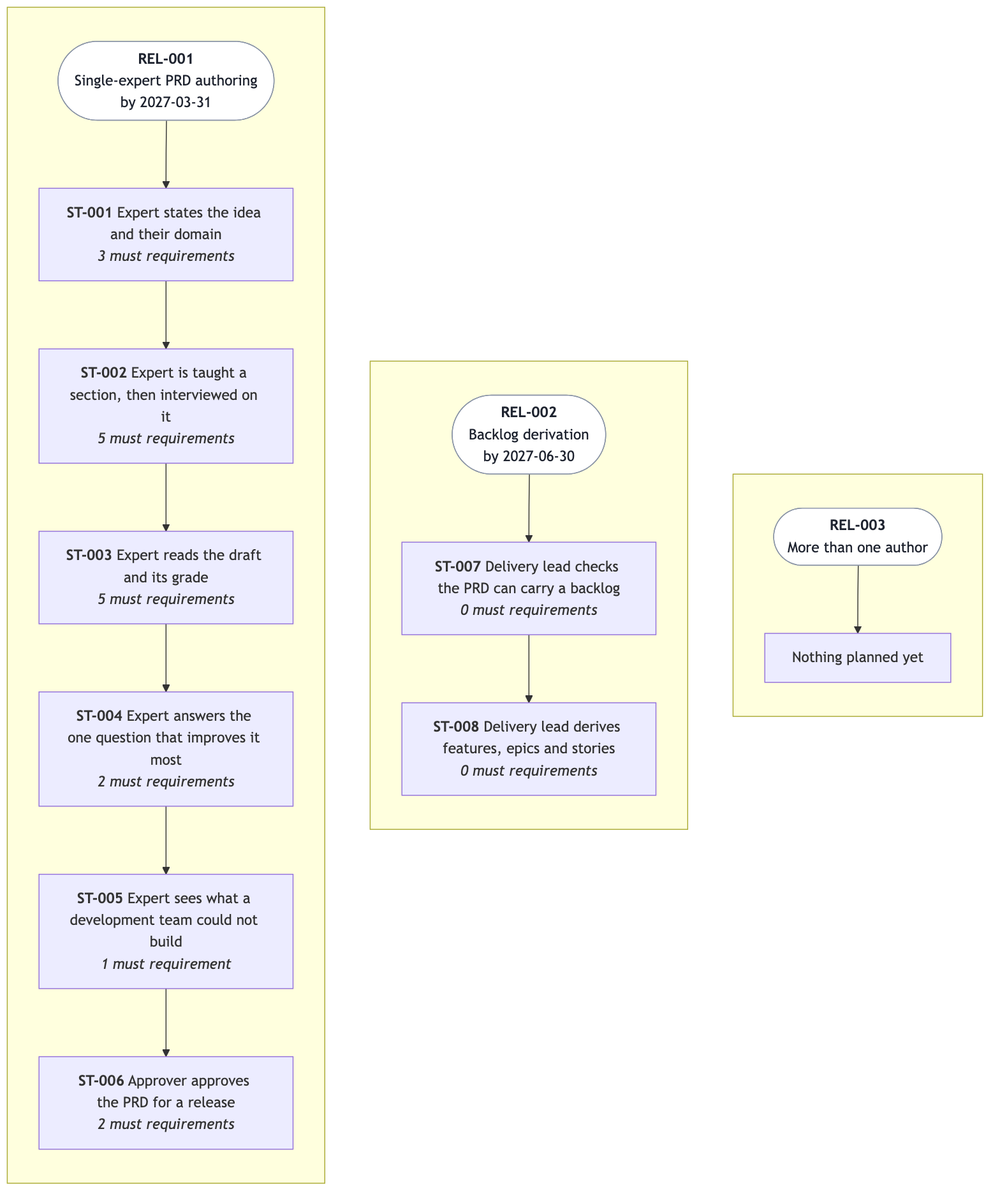
Above: docs/prd/prd-forge/diagrams/release-line.png in SpillwaveSolutions/prd-forge (Mermaid), before the change. Its source is kept beside it as docs/prd/prd-forge/diagrams/release-line.mmd. Its diagram source:
```mermaid
%%{init: {"flowchart": {"wrappingWidth": 220}}}%%
flowchart LR
  subgraph REL001[" "]
    direction TB
    REL001head(["<b>REL-001</b><br/>Single-expert PRD authoring<br/>by 2027-03-31"])
    REL001head --> ST001
    ST001["<b>ST-001</b> Expert states the idea and their domain<br/><i>3 must requirements</i>"]
    ST002["<b>ST-002</b> Expert is taught a section, then interviewed on it<br/><i>5 must requirements</i>"]
    ST003["<b>ST-003</b> Expert reads the draft and its grade<br/><i>5 must requirements</i>"]
    ST004["<b>ST-004</b> Expert answers the one question that improves it most<br/><i>2 must requirements</i>"]
    ST005["<b>ST-005</b> Expert sees what a development team could not build<br/><i>1 must requirement</i>"]
    ST006["<b>ST-006</b> Approver approves the PRD for a release<br/><i>2 must requirements</i>"]
    ST001 --> ST002
    ST002 --> ST003
    ST003 --> ST004
    ST004 --> ST005
    ST005 --> ST006
  end
  subgraph REL002[" "]
    direction TB
    REL002head(["<b>REL-002</b><br/>Backlog derivation<br/>by 2027-06-30"])
    REL002head --> ST007
    ST007["<b>ST-007</b> Delivery lead checks the PRD can carry a backlog<br/><i>0 must requirements</i>"]
    ST008["<b>ST-008</b> Delivery lead derives features, epics and stories<br/><i>0 must requirements</i>"]
    ST007 --> ST008
  end
  subgraph REL003[" "]
    direction TB
    REL003head(["<b>REL-003</b><br/>More than one author"])
    REL003head --> REL003none["Nothing planned yet"]
  end
  REL001 ~~~ REL002
  REL002 ~~~ REL003
  classDef head fill:#FFFFFF,stroke:#8A94A6,color:#1F2430
  class REL001head,REL002head,REL003head head
```
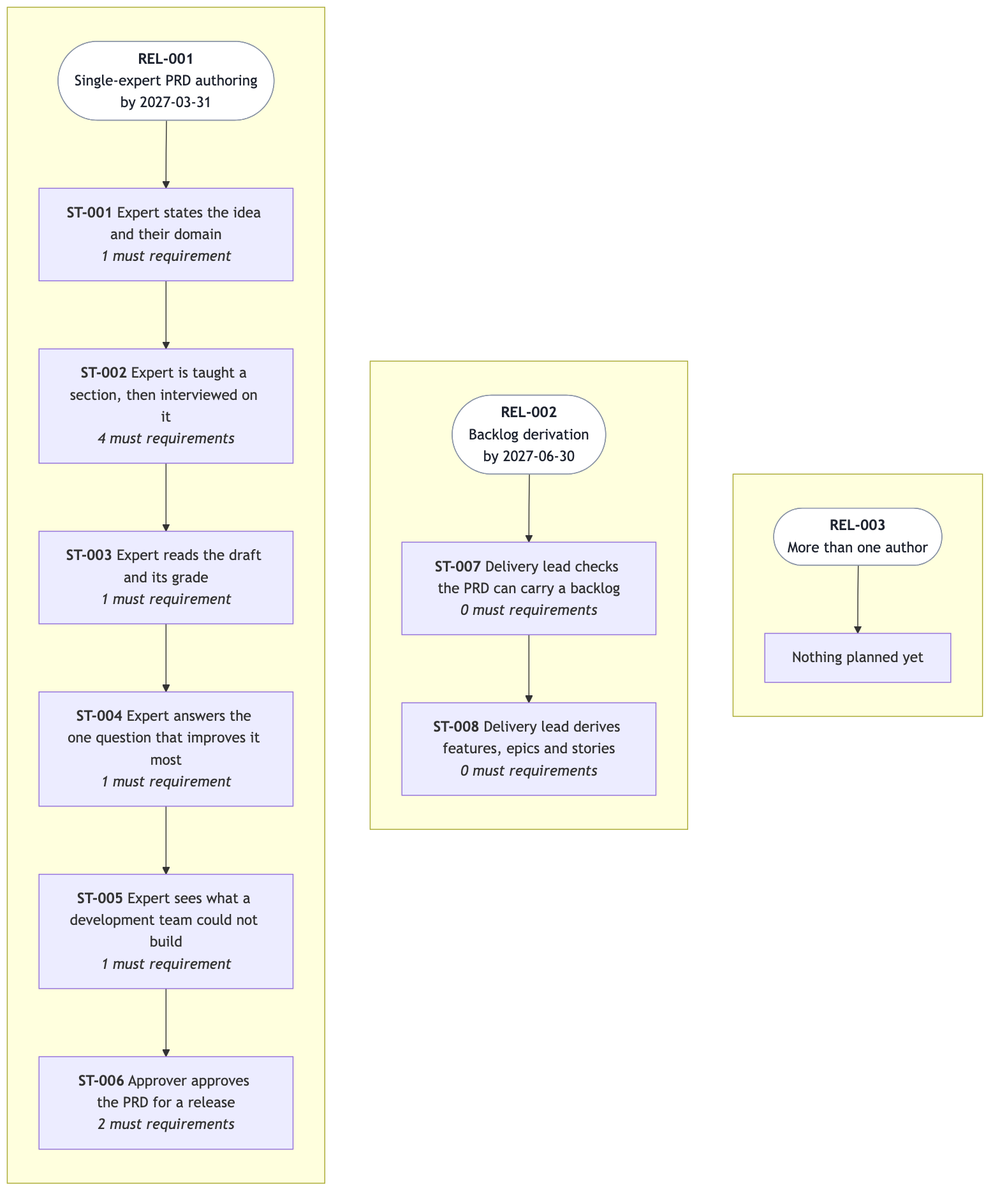
The same diagram one commit later.

Change to the diagram source:
```diff
@@ -4,10 +4,10 @@
     direction TB
     REL001head(["<b>REL-001</b><br/>Single-expert PRD authoring<br/>by 2027-03-31"])
     REL001head --> ST001
-    ST001["<b>ST-001</b> Expert states the idea and their domain<br/><i>3 must requirements</i>"]
-    ST002["<b>ST-002</b> Expert is taught a section, then interviewed on it<br/><i>5 must requirements</i>"]
-    ST003["<b>ST-003</b> Expert reads the draft and its grade<br/><i>5 must requirements</i>"]
-    ST004["<b>ST-004</b> Expert answers the one question that improves it most<br/><i>2 must requirements</i>"]
+    ST001["<b>ST-001</b> Expert states the idea and their domain<br/><i>1 must requirement</i>"]
+    ST002["<b>ST-002</b> Expert is taught a section, then interviewed on it<br/><i>4 must requirements</i>"]
+    ST003["<b>ST-003</b> Expert reads the draft and its grade<br/><i>1 must requirement</i>"]
+    ST004["<b>ST-004</b> Expert answers the one question that improves it most<br/><i>1 must requirement</i>"]
     ST005["<b>ST-005</b> Expert sees what a development team could not build<br/><i>1 must requirement</i>"]
     ST006["<b>ST-006</b> Approver approves the PRD for a release<br/><i>2 must requirements</i>"]
     ST001 --> ST002
```
